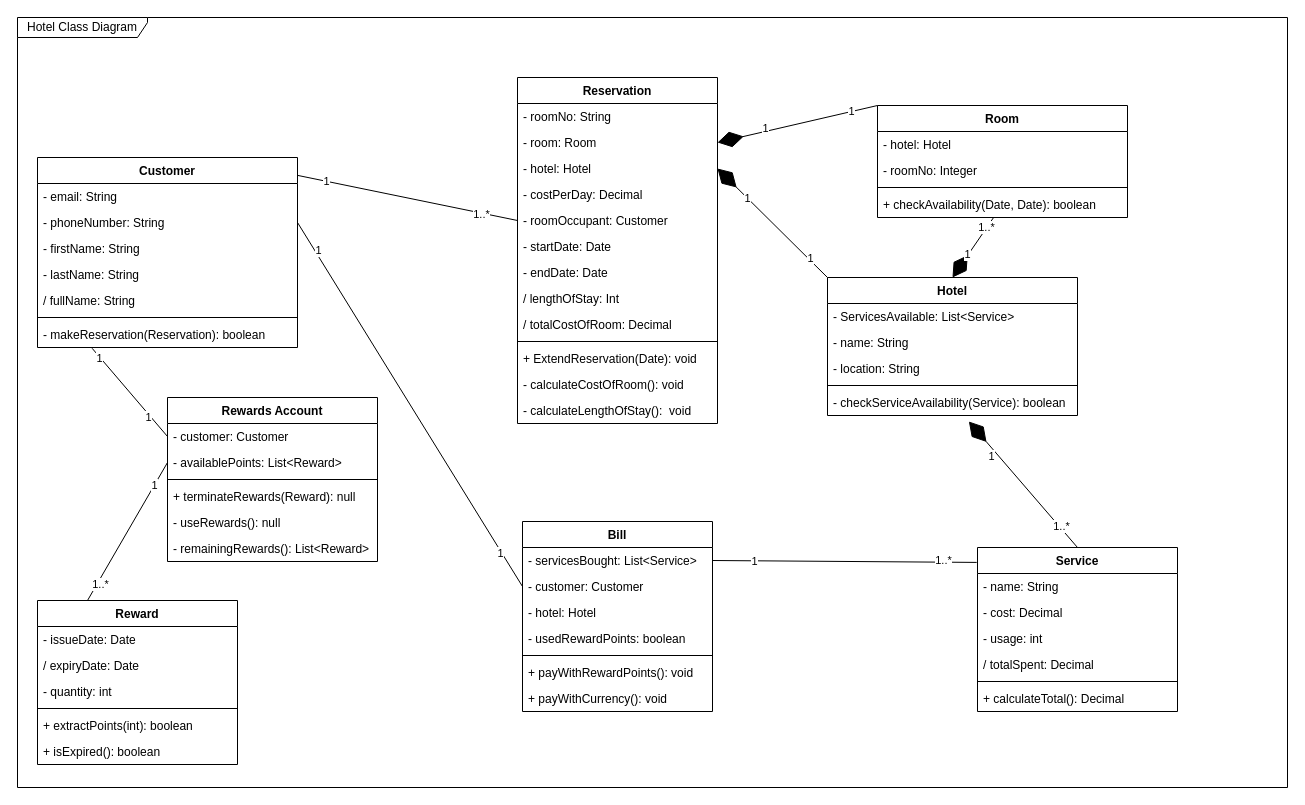
Darren-ODonnell/BusinessModellingDiagrams keeps this draw.io diagram as Assign2 Hotel Class Diagram.drawio. Above is the earlier version. Source tidied: cells renumbered, new cells numbered last; positions are measured from the earlier drawing's top-left corner, leaving out a move shared by most shapes. Both pictures are drawn from the tidied source at 100%, with x=0, y=0 at pixel (17, 17).
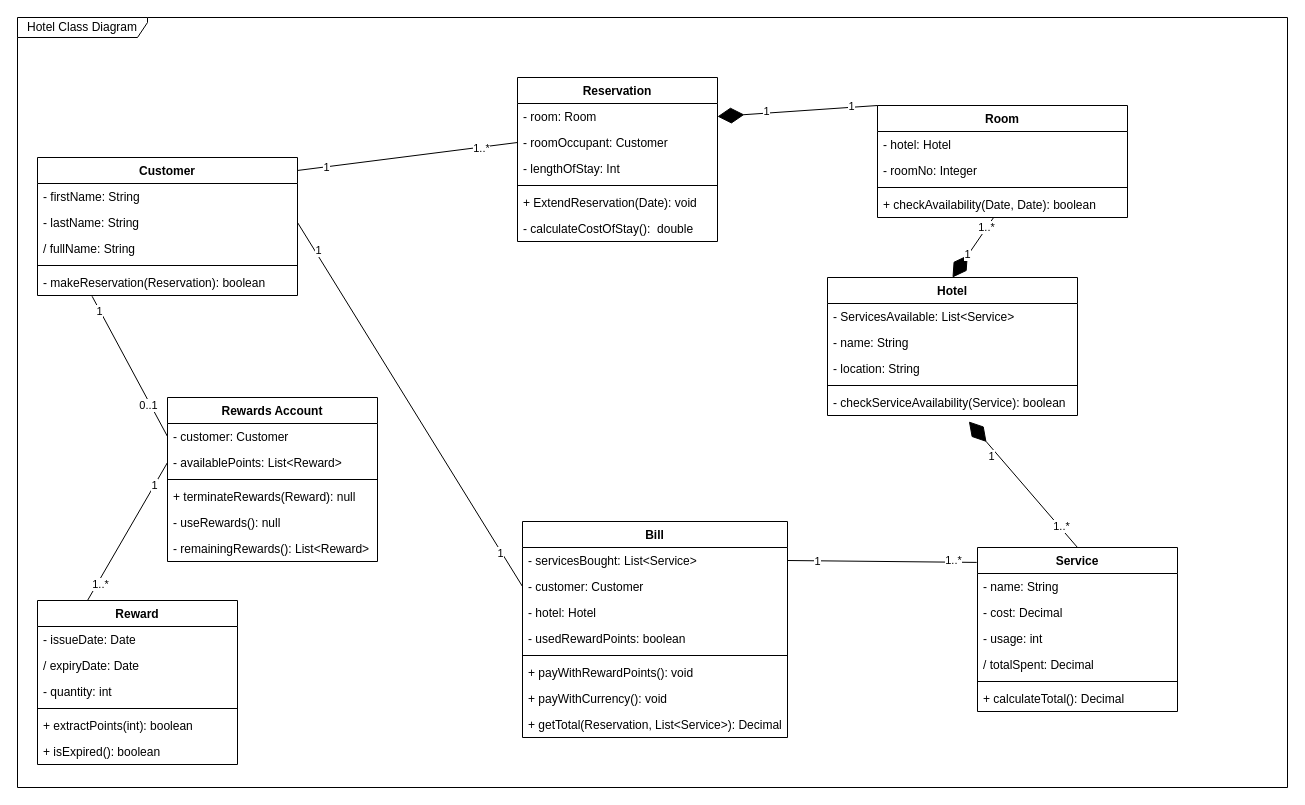
Above is the later version.

Unchanged cells that the change refers to:
```xml
<mxCell id="54" value="Hotel" style="swimlane;fontStyle=1;align=center;verticalAlign=top;horizontal=1;startSize=26;" parent="1" vertex="1">
  <mxGeometry x="810" y="260" width="250" height="138" as="geometry" />
</mxCell>
<mxCell id="74" style="edgeStyle=none;rounded=0;jettySize=auto;html=1;exitX=0;exitY=0.5;exitDx=0;exitDy=0;entryX=0.21;entryY=1.029;entryDx=0;entryDy=0;entryPerimeter=0;startArrow=none;startFill=0;endArrow=none;endFill=0;targetPerimeterSpacing=6;" parent="1" edge="1" source="48" target="10">
  <mxGeometry relative="1" as="geometry" />
</mxCell>
```

What changed in the source:
```diff
@@
     <mxCell id="3" value="Customer" style="swimlane;fontStyle=1;align=center;verticalAlign=top;horizontal=1;startSize=26;" parent="1" vertex="1">
-      <mxGeometry x="20" y="140" width="260" height="190" as="geometry" />
+      <mxGeometry x="20" y="140" width="260" height="138" as="geometry" />
     </mxCell>
-    <mxCell id="4" value="- email: String" style="text;strokeColor=none;fillColor=none;align=left;verticalAlign=top;spacingLeft=4;spacingRight=4;overflow=hidden;" parent="3" vertex="1">
-      <mxGeometry y="26" width="260" height="26" as="geometry" />
-    </mxCell>
-    <mxCell id="5" value="- phoneNumber: String" style="text;strokeColor=none;fillColor=none;align=left;verticalAlign=top;spacingLeft=4;spacingRight=4;overflow=hidden;points=[[0,0.5],[1,0.5]];portConstraint=eastwest;" parent="3" vertex="1">
-      <mxGeometry y="52" width="260" height="26" as="geometry" />
-    </mxCell>
     <mxCell id="6" value="- firstName: String" style="text;strokeColor=none;fillColor=none;align=left;verticalAlign=top;spacingLeft=4;spacingRight=4;overflow=hidden;" parent="3" vertex="1">
-      <mxGeometry y="78" width="260" height="26" as="geometry" />
+      <mxGeometry y="26" width="260" height="26" as="geometry" />
     </mxCell>
     <mxCell id="7" value="- lastName: String" style="text;strokeColor=none;fillColor=none;align=left;verticalAlign=top;spacingLeft=4;spacingRight=4;overflow=hidden;" parent="3" vertex="1">
-      <mxGeometry y="104" width="260" height="26" as="geometry" />
+      <mxGeometry y="52" width="260" height="26" as="geometry" />
     </mxCell>
     <mxCell id="8" value="/ fullName: String" style="text;strokeColor=none;fillColor=none;align=left;verticalAlign=top;spacingLeft=4;spacingRight=4;overflow=hidden;" parent="3" vertex="1">
-      <mxGeometry y="130" width="260" height="26" as="geometry" />
+      <mxGeometry y="78" width="260" height="26" as="geometry" />
     </mxCell>
     <mxCell id="9" style="line;strokeWidth=1;fillColor=none;align=left;verticalAlign=middle;spacingTop=-1;spacingLeft=3;spacingRight=3;labelPosition=right;" parent="3" vertex="1">
-      <mxGeometry y="156" width="260" height="8" as="geometry" />
+      <mxGeometry y="104" width="260" height="8" as="geometry" />
     </mxCell>
     <mxCell id="10" value="- makeReservation(Reservation): boolean" style="text;strokeColor=none;fillColor=none;align=left;verticalAlign=top;spacingLeft=4;spacingRight=4;overflow=hidden;points=[[0,0.5],[1,0.5]];portConstraint=eastwest;" parent="3" vertex="1">
-      <mxGeometry y="164" width="260" height="26" as="geometry" />
+      <mxGeometry y="112" width="260" height="26" as="geometry" />
     </mxCell>
     <mxCell id="11" value="Reservation" style="swimlane;fontStyle=1;align=center;verticalAlign=top;horizontal=1;startSize=26;" parent="1" vertex="1">
-      <mxGeometry x="500" y="60" width="200" height="346" as="geometry" />
+      <mxGeometry x="500" y="60" width="200" height="164" as="geometry" />
     </mxCell>
-    <mxCell id="12" value="- roomNo: String" style="text;strokeColor=none;fillColor=none;align=left;verticalAlign=top;spacingLeft=4;spacingRight=4;overflow=hidden;" parent="11" vertex="1">
-      <mxGeometry y="26" width="200" height="26" as="geometry" />
-    </mxCell>
     <mxCell id="13" value="- room: Room" style="text;strokeColor=none;fillColor=none;align=left;verticalAlign=top;spacingLeft=4;spacingRight=4;overflow=hidden;points=[[0,0.5],[1,0.5]];portConstraint=eastwest;" parent="11" vertex="1">
-      <mxGeometry y="52" width="200" height="26" as="geometry" />
+      <mxGeometry y="26" width="200" height="26" as="geometry" />
     </mxCell>
-    <mxCell id="14" value="- hotel: Hotel" style="text;strokeColor=none;fillColor=none;align=left;verticalAlign=top;spacingLeft=4;spacingRight=4;overflow=hidden;points=[[0,0.5],[1,0.5]];portConstraint=eastwest;" parent="11" vertex="1">
-      <mxGeometry y="78" width="200" height="26" as="geometry" />
-    </mxCell>
-    <mxCell id="15" value="- costPerDay: Decimal" style="text;strokeColor=none;fillColor=none;align=left;verticalAlign=top;spacingLeft=4;spacingRight=4;overflow=hidden;" parent="11" vertex="1">
-      <mxGeometry y="104" width="200" height="26" as="geometry" />
-    </mxCell>
     <mxCell id="16" value="- roomOccupant: Customer" style="text;strokeColor=none;fillColor=none;align=left;verticalAlign=top;spacingLeft=4;spacingRight=4;overflow=hidden;points=[[0,0.5],[1,0.5]];portConstraint=eastwest;" parent="11" vertex="1">
-      <mxGeometry y="130" width="200" height="26" as="geometry" />
+      <mxGeometry y="52" width="200" height="26" as="geometry" />
     </mxCell>
-    <mxCell id="17" value="- startDate: Date" style="text;strokeColor=none;fillColor=none;align=left;verticalAlign=top;spacingLeft=4;spacingRight=4;overflow=hidden;" parent="11" vertex="1">
-      <mxGeometry y="156" width="200" height="26" as="geometry" />
-    </mxCell>
-    <mxCell id="18" value="- endDate: Date" style="text;strokeColor=none;fillColor=none;align=left;verticalAlign=top;spacingLeft=4;spacingRight=4;overflow=hidden;" parent="11" vertex="1">
-      <mxGeometry y="182" width="200" height="26" as="geometry" />
-    </mxCell>
-    <mxCell id="19" value="/ lengthOfStay: Int" style="text;strokeColor=none;fillColor=none;align=left;verticalAlign=top;spacingLeft=4;spacingRight=4;overflow=hidden;" parent="11" vertex="1">
-      <mxGeometry y="208" width="200" height="26" as="geometry" />
+    <mxCell id="19" value="- lengthOfStay: Int" style="text;strokeColor=none;fillColor=none;align=left;verticalAlign=top;spacingLeft=4;spacingRight=4;overflow=hidden;" parent="11" vertex="1">
+      <mxGeometry y="78" width="200" height="26" as="geometry" />
     </mxCell>
-    <mxCell id="20" value="/ totalCostOfRoom: Decimal" style="text;strokeColor=none;fillColor=none;align=left;verticalAlign=top;spacingLeft=4;spacingRight=4;overflow=hidden;" parent="11" vertex="1">
-      <mxGeometry y="234" width="200" height="26" as="geometry" />
-    </mxCell>
     <mxCell id="21" style="line;strokeWidth=1;fillColor=none;align=left;verticalAlign=middle;spacingTop=-1;spacingLeft=3;spacingRight=3;labelPosition=right;" parent="11" vertex="1">
-      <mxGeometry y="260" width="200" height="8" as="geometry" />
+      <mxGeometry y="104" width="200" height="8" as="geometry" />
     </mxCell>
     <mxCell id="22" value="+ ExtendReservation(Date): void" style="text;strokeColor=none;fillColor=none;align=left;verticalAlign=top;spacingLeft=4;spacingRight=4;overflow=hidden;" parent="11" vertex="1">
-      <mxGeometry y="268" width="200" height="26" as="geometry" />
+      <mxGeometry y="112" width="200" height="26" as="geometry" />
     </mxCell>
-    <mxCell id="23" value="- calculateCostOfRoom(): void" style="text;strokeColor=none;fillColor=none;align=left;verticalAlign=top;spacingLeft=4;spacingRight=4;overflow=hidden;" parent="11" vertex="1">
-      <mxGeometry y="294" width="200" height="26" as="geometry" />
-    </mxCell>
-    <mxCell id="24" value="- calculateLengthOfStay():  void" style="text;strokeColor=none;fillColor=none;align=left;verticalAlign=top;spacingLeft=4;spacingRight=4;overflow=hidden;" parent="11" vertex="1">
-      <mxGeometry y="320" width="200" height="26" as="geometry" />
+    <mxCell id="24" value="- calculateCostOfStay():  double" style="text;strokeColor=none;fillColor=none;align=left;verticalAlign=top;spacingLeft=4;spacingRight=4;overflow=hidden;" parent="11" vertex="1">
+      <mxGeometry y="138" width="200" height="26" as="geometry" />
     </mxCell>
@@
     <mxCell id="32" value="Bill" style="swimlane;fontStyle=1;align=center;verticalAlign=top;horizontal=1;startSize=26;" parent="1" vertex="1">
-      <mxGeometry x="505" y="504" width="190" height="190" as="geometry" />
+      <mxGeometry x="505" y="504" width="265" height="216" as="geometry" />
     </mxCell>
     <mxCell id="33" value="- servicesBought: List&lt;Service&gt;" style="text;strokeColor=none;fillColor=none;align=left;verticalAlign=top;spacingLeft=4;spacingRight=4;overflow=hidden;points=[[0,0.5],[1,0.5]];portConstraint=eastwest;" parent="32" vertex="1">
-      <mxGeometry y="26" width="190" height="26" as="geometry" />
+      <mxGeometry y="26" width="265" height="26" as="geometry" />
     </mxCell>
     <mxCell id="34" value="- customer: Customer " style="text;strokeColor=none;fillColor=none;align=left;verticalAlign=top;spacingLeft=4;spacingRight=4;overflow=hidden;points=[[0,0.5],[1,0.5]];portConstraint=eastwest;" parent="32" vertex="1">
-      <mxGeometry y="52" width="190" height="26" as="geometry" />
+      <mxGeometry y="52" width="265" height="26" as="geometry" />
     </mxCell>
     <mxCell id="35" value="- hotel: Hotel" style="text;strokeColor=none;fillColor=none;align=left;verticalAlign=top;spacingLeft=4;spacingRight=4;overflow=hidden;" parent="32" vertex="1">
-      <mxGeometry y="78" width="190" height="26" as="geometry" />
+      <mxGeometry y="78" width="265" height="26" as="geometry" />
     </mxCell>
     <mxCell id="36" value="- usedRewardPoints: boolean" style="text;strokeColor=none;fillColor=none;align=left;verticalAlign=top;spacingLeft=4;spacingRight=4;overflow=hidden;" parent="32" vertex="1">
-      <mxGeometry y="104" width="190" height="26" as="geometry" />
+      <mxGeometry y="104" width="265" height="26" as="geometry" />
     </mxCell>
     <mxCell id="37" style="line;strokeWidth=1;fillColor=none;align=left;verticalAlign=middle;spacingTop=-1;spacingLeft=3;spacingRight=3;labelPosition=right;" parent="32" vertex="1">
-      <mxGeometry y="130" width="190" height="8" as="geometry" />
+      <mxGeometry y="130" width="265" height="8" as="geometry" />
     </mxCell>
     <mxCell id="38" value="+ payWithRewardPoints(): void" style="text;strokeColor=none;fillColor=none;align=left;verticalAlign=top;spacingLeft=4;spacingRight=4;overflow=hidden;" parent="32" vertex="1">
-      <mxGeometry y="138" width="190" height="26" as="geometry" />
+      <mxGeometry y="138" width="265" height="26" as="geometry" />
     </mxCell>
     <mxCell id="39" value="+ payWithCurrency(): void" style="text;strokeColor=none;fillColor=none;align=left;verticalAlign=top;spacingLeft=4;spacingRight=4;overflow=hidden;" parent="32" vertex="1">
-      <mxGeometry y="164" width="190" height="26" as="geometry" />
+      <mxGeometry y="164" width="265" height="26" as="geometry" />
     </mxCell>
+    <mxCell id="92" value="+ getTotal(Reservation, List&lt;Service&gt;): Decimal" style="text;strokeColor=none;fillColor=none;align=left;verticalAlign=top;spacingLeft=4;spacingRight=4;overflow=hidden;" parent="32" vertex="1">
+      <mxGeometry y="190" width="265" height="26" as="geometry" />
+    </mxCell>
@@
-    <mxCell id="76" value="1" style="edgeLabel;html=1;align=center;verticalAlign=middle;" parent="74" vertex="1">
+    <mxCell id="76" value="0..1" style="edgeLabel;html=1;align=center;verticalAlign=middle;" parent="74" vertex="1">
       <mxGeometry x="-0.53" y="2" relative="1" as="geometry" />
     </mxCell>
@@
-    <mxCell id="83" style="edgeStyle=none;rounded=0;jettySize=auto;html=1;exitX=0;exitY=0.5;exitDx=0;exitDy=0;entryX=1;entryY=0.5;entryDx=0;entryDy=0;startArrow=none;startFill=0;endArrow=none;endFill=0;targetPerimeterSpacing=6;" parent="1" edge="1" source="34" target="5">
-      <mxGeometry relative="1" as="geometry" />
+    <mxCell id="83" style="edgeStyle=none;rounded=0;jettySize=auto;html=1;exitX=0;exitY=0.5;exitDx=0;exitDy=0;entryX=1;entryY=0.5;entryDx=0;entryDy=0;startArrow=none;startFill=0;endArrow=none;endFill=0;targetPerimeterSpacing=6;" parent="1" edge="1" source="34">
+      <mxGeometry relative="1" as="geometry">
+        <mxPoint x="280" y="205" as="targetPoint" />
+      </mxGeometry>
     </mxCell>
@@
-    <mxCell id="86" style="endArrow=diamondThin;endFill=1;endSize=24;html=1;rounded=0;targetPerimeterSpacing=6;entryX=1;entryY=0.5;entryDx=0;entryDy=0;exitX=0;exitY=0;exitDx=0;exitDy=0;" parent="1" edge="1" source="54" target="14">
-      <mxGeometry relative="1" as="geometry" />
-    </mxCell>
-    <mxCell id="87" value="1" style="edgeLabel;html=1;align=center;verticalAlign=middle;" parent="86" vertex="1">
-      <mxGeometry x="0.25" y="-1" relative="1" as="geometry">
-        <mxPoint x="-12" y="-11" as="offset" />
-      </mxGeometry>
-    </mxCell>
-    <mxCell id="88" value="1" style="edgeLabel;html=1;align=center;verticalAlign=middle;" parent="86" vertex="1">
-      <mxGeometry x="-0.67" y="-1" relative="1" as="geometry" />
-    </mxCell>
```
